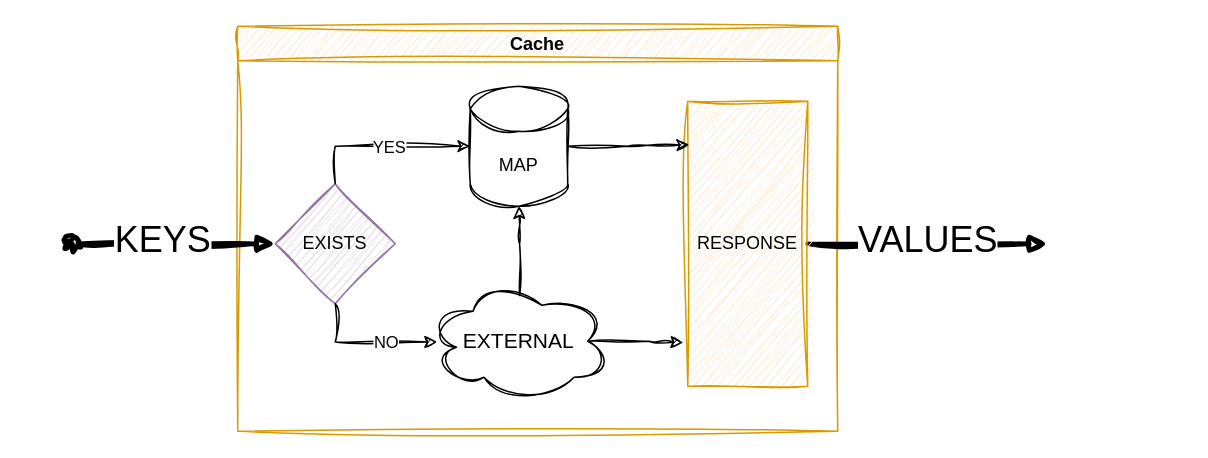
Above: assets/images/2023/12/list_cache.drawio in stevenrskelton/stevenrskelton.github.io (draw.io), before the change. Source tidied: cells renumbered, new cells numbered last; positions are measured from the earlier drawing's top-left corner, leaving out a move shared by most shapes. Both pictures are drawn from the tidied source at 150%, with x=0, y=0 at pixel (72, 26).
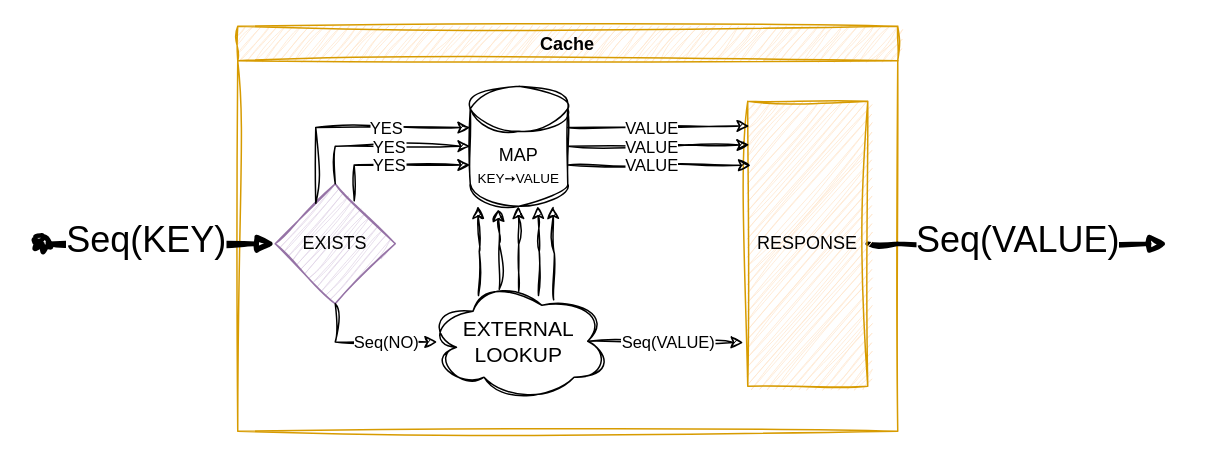
The same page after the edit.

The change refers to these unchanged cells:
```xml
<mxCell id="5" value="EXISTS" style="rhombus;whiteSpace=wrap;html=1;fillColor=#e1d5e7;strokeColor=#9673a6;sketch=1;curveFitting=1;jiggle=2;" parent="2" vertex="1">
  <mxGeometry x="25" y="105" width="80" height="80" as="geometry" />
</mxCell>
<mxCell id="9" style="edgeStyle=orthogonalEdgeStyle;rounded=0;jettySize=auto;html=1;exitX=0.5;exitY=1;exitDx=0;exitDy=0;entryX=0.055;entryY=0.506;entryDx=0;entryDy=0;entryPerimeter=0;sketch=1;curveFitting=1;jiggle=2;" parent="2" edge="1" source="5" target="4">
  <mxGeometry relative="1" as="geometry">
    <Array as="points">
      <mxPoint x="65" y="211" />
    </Array>
  </mxGeometry>
</mxCell>
<mxCell id="12" style="edgeStyle=orthogonalEdgeStyle;rounded=0;jettySize=auto;html=1;exitX=1;exitY=0.5;exitDx=0;exitDy=0;exitPerimeter=0;entryX=0.013;entryY=0.153;entryDx=0;entryDy=0;entryPerimeter=0;sketch=1;curveFitting=1;jiggle=2;" parent="2" edge="1" source="6" target="11">
  <mxGeometry relative="1" as="geometry" />
</mxCell>
<mxCell id="13" style="edgeStyle=orthogonalEdgeStyle;rounded=0;jettySize=auto;html=1;exitX=0.875;exitY=0.5;exitDx=0;exitDy=0;exitPerimeter=0;entryX=-0.037;entryY=0.847;entryDx=0;entryDy=0;entryPerimeter=0;sketch=1;curveFitting=1;jiggle=2;" parent="2" edge="1" source="4" target="11">
  <mxGeometry relative="1" as="geometry" />
</mxCell>
```

Change to the diagram source:
```diff
@@
     <mxCell id="2" value="Cache" style="swimlane;whiteSpace=wrap;html=1;fillColor=#ffe6cc;strokeColor=#d79b00;sketch=1;curveFitting=1;jiggle=2;" parent="1" vertex="1">
-      <mxGeometry x="110" width="400" height="270" as="geometry" />
+      <mxGeometry x="110" width="440" height="270" as="geometry" />
     </mxCell>
-    <mxCell id="3" value="VALUES" style="html=1;verticalAlign=bottom;startArrow=none;endArrow=block;startSize=8;edgeStyle=elbowEdgeStyle;elbow=vertical;curved=0;rounded=0;exitX=1;exitY=0.5;exitDx=0;exitDy=0;strokeWidth=3;fontSize=24;fontStyle=0;sketch=1;curveFitting=1;jiggle=2;startFill=0;" parent="2" edge="1" source="11">
+    <mxCell id="3" value="Seq(VALUE)" style="html=1;verticalAlign=bottom;startArrow=none;endArrow=block;startSize=8;edgeStyle=elbowEdgeStyle;elbow=horizontal;curved=0;rounded=0;exitX=1;exitY=0.5;exitDx=0;exitDy=0;strokeWidth=3;fontSize=24;fontStyle=0;sketch=1;curveFitting=1;jiggle=2;startFill=0;" parent="2" edge="1" source="11">
       <mxGeometry y="-15" relative="1" as="geometry">
-        <mxPoint x="540" y="145" as="targetPoint" />
+        <mxPoint x="620" y="145" as="targetPoint" />
         <Array as="points">
           <mxPoint x="440" y="145" />
         </Array>
       </mxGeometry>
     </mxCell>
-    <mxCell id="4" value="EXTERNAL" style="ellipse;shape=cloud;whiteSpace=wrap;html=1;fontSize=14;sketch=1;curveFitting=1;jiggle=2;" parent="2" vertex="1">
+    <mxCell id="4" value="EXTERNAL&lt;br&gt;LOOKUP" style="ellipse;shape=cloud;whiteSpace=wrap;html=1;fontSize=14;sketch=1;curveFitting=1;jiggle=2;" parent="2" vertex="1">
       <mxGeometry x="126.2" y="170" width="122.5" height="80" as="geometry" />
     </mxCell>
@@
-    <mxCell id="6" value="MAP" style="shape=cylinder3;whiteSpace=wrap;html=1;boundedLbl=1;backgroundOutline=1;size=15;sketch=1;curveFitting=1;jiggle=2;" parent="2" vertex="1">
+    <mxCell id="6" value="MAP&lt;br&gt;&lt;font style=&quot;font-size: 9px;&quot;&gt;KEY➙VALUE&lt;/font&gt;" style="shape=cylinder3;whiteSpace=wrap;html=1;boundedLbl=1;backgroundOutline=1;size=15;sketch=1;curveFitting=1;jiggle=2;" parent="2" vertex="1">
       <mxGeometry x="155" y="40" width="65" height="80" as="geometry" />
     </mxCell>
@@
-    <mxCell id="10" value="NO" style="edgeLabel;html=1;align=center;verticalAlign=middle;" parent="9" vertex="1">
+    <mxCell id="10" value="Seq(NO)" style="edgeLabel;html=1;align=center;verticalAlign=middle;" parent="9" vertex="1">
       <mxGeometry x="0.26" relative="1" as="geometry" />
     </mxCell>
     <mxCell id="11" value="RESPONSE" style="rounded=0;whiteSpace=wrap;html=1;glass=0;sketch=1;curveFitting=1;jiggle=2;fillColor=#ffe6cc;strokeColor=#d79b00;" parent="2" vertex="1">
-      <mxGeometry x="300" y="50" width="80" height="190" as="geometry" />
+      <mxGeometry x="340" y="50" width="80" height="190" as="geometry" />
     </mxCell>
@@
+    <mxCell id="16" value="VALUE" style="edgeLabel;html=1;align=center;verticalAlign=middle;" parent="12" vertex="1">
+      <mxGeometry x="-0.1" relative="1" as="geometry" />
+    </mxCell>
@@
+    <mxCell id="17" value="Seq(VALUE)" style="edgeLabel;html=1;align=center;verticalAlign=middle;" parent="13" vertex="1">
+      <mxGeometry x="0.01" relative="1" as="geometry" />
+    </mxCell>
-    <mxCell id="14" style="edgeStyle=orthogonalEdgeStyle;rounded=0;jettySize=auto;html=1;entryX=0.5;entryY=1;entryDx=0;entryDy=0;entryPerimeter=0;exitX=0.504;exitY=0.119;exitDx=0;exitDy=0;exitPerimeter=0;sketch=1;curveFitting=1;jiggle=2;" parent="2" edge="1" source="4" target="6">
-      <mxGeometry relative="1" as="geometry" />
+    <mxCell id="14" style="edgeStyle=orthogonalEdgeStyle;rounded=0;orthogonalLoop=1;jettySize=auto;html=1;entryX=0.5;entryY=1;entryDx=0;entryDy=0;entryPerimeter=0;exitX=0.504;exitY=0.119;exitDx=0;exitDy=0;exitPerimeter=0;sketch=1;curveFitting=1;jiggle=2;" parent="2" edge="1">
+      <mxGeometry relative="1" as="geometry">
+        <mxPoint x="200.5" y="179.5" as="sourcePoint" />
+        <mxPoint x="200" y="120" as="targetPoint" />
+      </mxGeometry>
     </mxCell>
+    <mxCell id="18" style="endArrow=classic;html=1;rounded=0;exitX=0.658;exitY=0.142;exitDx=0;exitDy=0;exitPerimeter=0;entryX=0;entryY=0;entryDx=0;entryDy=52.5;entryPerimeter=0;sketch=1;curveFitting=1;jiggle=2;strokeColor=default;edgeStyle=orthogonalEdgeStyle;" parent="2" edge="1" source="5" target="6">
+      <mxGeometry relative="1" as="geometry">
+        <Array as="points">
+          <mxPoint x="78" y="93" />
+        </Array>
+      </mxGeometry>
+    </mxCell>
+    <mxCell id="19" value="YES" style="edgeLabel;html=1;align=center;verticalAlign=middle;" parent="18" vertex="1">
+      <mxGeometry x="-0.07" relative="1" as="geometry" />
+    </mxCell>
+    <mxCell id="20" style="endArrow=classic;html=1;rounded=0;entryX=0;entryY=0;entryDx=0;entryDy=27.5;entryPerimeter=0;sketch=1;curveFitting=1;jiggle=2;strokeColor=default;edgeStyle=orthogonalEdgeStyle;" parent="2" edge="1" source="5" target="6">
+      <mxGeometry relative="1" as="geometry">
+        <Array as="points">
+          <mxPoint x="52" y="68" />
+          <mxPoint x="155" y="68" />
+        </Array>
+      </mxGeometry>
+    </mxCell>
+    <mxCell id="21" value="YES" style="edgeLabel;html=1;align=center;verticalAlign=middle;" parent="20" vertex="1">
+      <mxGeometry x="0.27" relative="1" as="geometry" />
+    </mxCell>
+    <mxCell id="22" style="edgeStyle=orthogonalEdgeStyle;rounded=0;jettySize=auto;html=1;exitX=1;exitY=0;exitDx=0;exitDy=27.5;exitPerimeter=0;entryX=0.013;entryY=0.087;entryDx=0;entryDy=0;entryPerimeter=0;sketch=1;curveFitting=1;jiggle=2;" parent="2" edge="1" source="6" target="11">
+      <mxGeometry relative="1" as="geometry" />
+    </mxCell>
+    <mxCell id="23" value="VALUE" style="edgeLabel;html=1;align=center;verticalAlign=middle;" parent="22" vertex="1">
+      <mxGeometry x="-0.1" relative="1" as="geometry" />
+    </mxCell>
+    <mxCell id="24" style="edgeStyle=orthogonalEdgeStyle;rounded=0;jettySize=auto;html=1;exitX=1;exitY=0;exitDx=0;exitDy=52.5;exitPerimeter=0;entryX=0.025;entryY=0.225;entryDx=0;entryDy=0;entryPerimeter=0;sketch=1;curveFitting=1;jiggle=2;" parent="2" edge="1" source="6" target="11">
+      <mxGeometry relative="1" as="geometry" />
+    </mxCell>
+    <mxCell id="25" value="VALUE" style="edgeLabel;html=1;align=center;verticalAlign=middle;" parent="24" vertex="1">
+      <mxGeometry x="-0.1" relative="1" as="geometry" />
+    </mxCell>
+    <mxCell id="26" style="edgeStyle=orthogonalEdgeStyle;rounded=0;orthogonalLoop=1;jettySize=auto;html=1;exitX=0.613;exitY=0.167;exitDx=0;exitDy=0;exitPerimeter=0;sketch=1;curveFitting=1;jiggle=2;entryX=0.703;entryY=1.013;entryDx=0;entryDy=0;entryPerimeter=0;" parent="2" edge="1">
+      <mxGeometry relative="1" as="geometry">
+        <mxPoint x="210.6" y="182.3" as="sourcePoint" />
+        <mxPoint x="210" y="120" as="targetPoint" />
+      </mxGeometry>
+    </mxCell>
+    <mxCell id="27" style="edgeStyle=orthogonalEdgeStyle;rounded=0;jettySize=auto;html=1;exitX=0.393;exitY=0.067;exitDx=0;exitDy=0;exitPerimeter=0;sketch=1;curveFitting=1;jiggle=2;entryX=0.287;entryY=1.025;entryDx=0;entryDy=0;entryPerimeter=0;" parent="2" edge="1" source="4" target="6">
+      <mxGeometry relative="1" as="geometry" />
+    </mxCell>
+    <mxCell id="28" style="edgeStyle=orthogonalEdgeStyle;rounded=0;jettySize=auto;html=1;exitX=0.499;exitY=0.083;exitDx=0;exitDy=0;exitPerimeter=0;sketch=1;curveFitting=1;jiggle=2;" parent="2" edge="1" source="4">
+      <mxGeometry relative="1" as="geometry">
+        <mxPoint x="187" y="120" as="targetPoint" />
+      </mxGeometry>
+    </mxCell>
+    <mxCell id="29" style="edgeStyle=orthogonalEdgeStyle;rounded=0;orthogonalLoop=1;jettySize=auto;html=1;entryX=0.5;entryY=1;entryDx=0;entryDy=0;entryPerimeter=0;exitX=0.504;exitY=0.119;exitDx=0;exitDy=0;exitPerimeter=0;sketch=1;curveFitting=1;jiggle=2;" parent="2" edge="1">
+      <mxGeometry relative="1" as="geometry">
+        <mxPoint x="160.5" y="179.5" as="sourcePoint" />
+        <mxPoint x="160" y="120" as="targetPoint" />
+      </mxGeometry>
+    </mxCell>
-    <mxCell id="15" value="KEYS" style="html=1;verticalAlign=bottom;startArrow=oval;endArrow=block;startSize=8;edgeStyle=elbowEdgeStyle;elbow=vertical;curved=0;rounded=0;strokeWidth=3;fontSize=24;fontStyle=0;sketch=1;curveFitting=1;jiggle=2;entryX=0;entryY=0.5;entryDx=0;entryDy=0;labelBackgroundColor=default;" parent="1" edge="1" target="5">
+    <mxCell id="15" value="Seq(KEY)" style="html=1;verticalAlign=bottom;startArrow=oval;endArrow=block;startSize=8;edgeStyle=elbowEdgeStyle;elbow=vertical;curved=0;rounded=0;strokeWidth=3;fontSize=24;fontStyle=0;sketch=1;curveFitting=1;jiggle=2;entryX=0;entryY=0.5;entryDx=0;entryDy=0;labelBackgroundColor=default;" parent="1" edge="1" target="5">
       <mxGeometry x="-0.11" y="-15" relative="1" as="geometry">
-        <mxPoint y="145" as="sourcePoint" />
+        <mxPoint x="-20" y="145" as="sourcePoint" />
       </mxGeometry>
     </mxCell>
```
